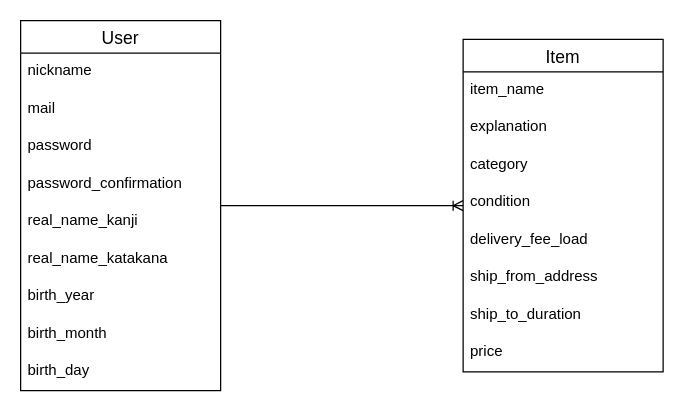
Above: er_illustration.dio in Lubellum/furima-36670 (draw.io), before the change. Source tidied: cells renumbered, new cells numbered last; positions are measured from the earlier drawing's top-left corner, leaving out a move shared by most shapes. Both pictures are drawn from the tidied source at 125%, with x=0, y=0 at pixel (20, 20).
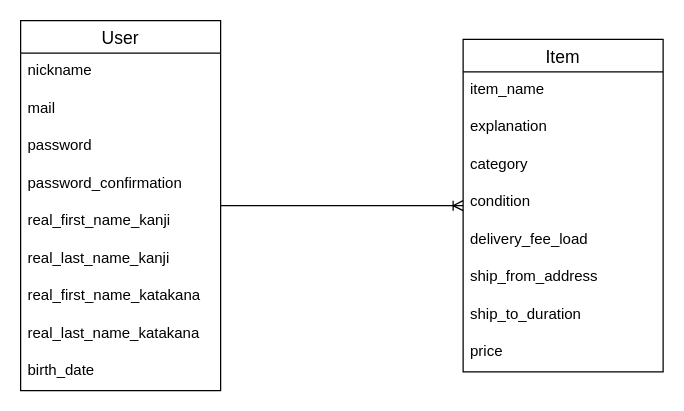
The same page after the edit.

Commit message (it also covers changes not shown here):
usersテーブルの編集

The change refers to these unchanged cells:
```xml
<mxCell id="2" value="User" style="swimlane;fontStyle=0;horizontal=1;startSize=26;align=center;fontSize=14;direction=east;" parent="1" vertex="1">
  <mxGeometry width="160" height="296" as="geometry" />
</mxCell>
```

The edit, as a diff of the source:
```diff
@@
-    <mxCell id="7" value="real_name_kanji" style="text;strokeColor=none;fillColor=none;spacingLeft=4;spacingRight=4;overflow=hidden;fontSize=12;verticalAlign=top;align=left;fontStyle=0;" parent="2" vertex="1">
+    <mxCell id="7" value="real_first_name_kanji" style="text;strokeColor=none;fillColor=none;spacingLeft=4;spacingRight=4;overflow=hidden;fontSize=12;verticalAlign=top;align=left;fontStyle=0;" parent="2" vertex="1">
       <mxGeometry y="146" width="160" height="30" as="geometry" />
     </mxCell>
+    <mxCell id="22" value="real_last_name_kanji" style="text;strokeColor=none;fillColor=none;spacingLeft=4;spacingRight=4;overflow=hidden;fontSize=12;verticalAlign=top;align=left;fontStyle=0;" parent="2" vertex="1">
+      <mxGeometry y="176" width="160" height="30" as="geometry" />
+    </mxCell>
-    <mxCell id="8" value="real_name_katakana" style="text;strokeColor=none;fillColor=none;spacingLeft=4;spacingRight=4;overflow=hidden;fontSize=12;verticalAlign=top;align=left;fontStyle=0;" parent="2" vertex="1">
-      <mxGeometry y="176" width="160" height="30" as="geometry" />
+    <mxCell id="8" value="real_first_name_katakana" style="text;strokeColor=none;fillColor=none;spacingLeft=4;spacingRight=4;overflow=hidden;fontSize=12;verticalAlign=top;align=left;fontStyle=0;" parent="2" vertex="1">
+      <mxGeometry y="206" width="160" height="30" as="geometry" />
     </mxCell>
+    <mxCell id="23" value="real_last_name_katakana" style="text;strokeColor=none;fillColor=none;spacingLeft=4;spacingRight=4;overflow=hidden;fontSize=12;verticalAlign=top;align=left;fontStyle=0;" parent="2" vertex="1">
+      <mxGeometry y="236" width="160" height="30" as="geometry" />
+    </mxCell>
-    <mxCell id="9" value="birth_year" style="text;strokeColor=none;fillColor=none;spacingLeft=4;spacingRight=4;overflow=hidden;fontSize=12;verticalAlign=top;align=left;fontStyle=0;" parent="2" vertex="1">
-      <mxGeometry y="206" width="160" height="30" as="geometry" />
+    <mxCell id="9" value="birth_date" style="text;strokeColor=none;fillColor=none;spacingLeft=4;spacingRight=4;overflow=hidden;fontSize=12;verticalAlign=top;align=left;fontStyle=0;" parent="2" vertex="1">
+      <mxGeometry y="266" width="160" height="30" as="geometry" />
     </mxCell>
-    <mxCell id="10" value="birth_month" style="text;strokeColor=none;fillColor=none;spacingLeft=4;spacingRight=4;overflow=hidden;fontSize=12;verticalAlign=top;align=left;fontStyle=0;" parent="2" vertex="1">
-      <mxGeometry y="236" width="160" height="30" as="geometry" />
-    </mxCell>
-    <mxCell id="11" value="birth_day" style="text;strokeColor=none;fillColor=none;spacingLeft=4;spacingRight=4;overflow=hidden;fontSize=12;verticalAlign=top;align=left;fontStyle=0;" parent="2" vertex="1">
-      <mxGeometry y="266" width="160" height="30" as="geometry" />
-    </mxCell>
```
